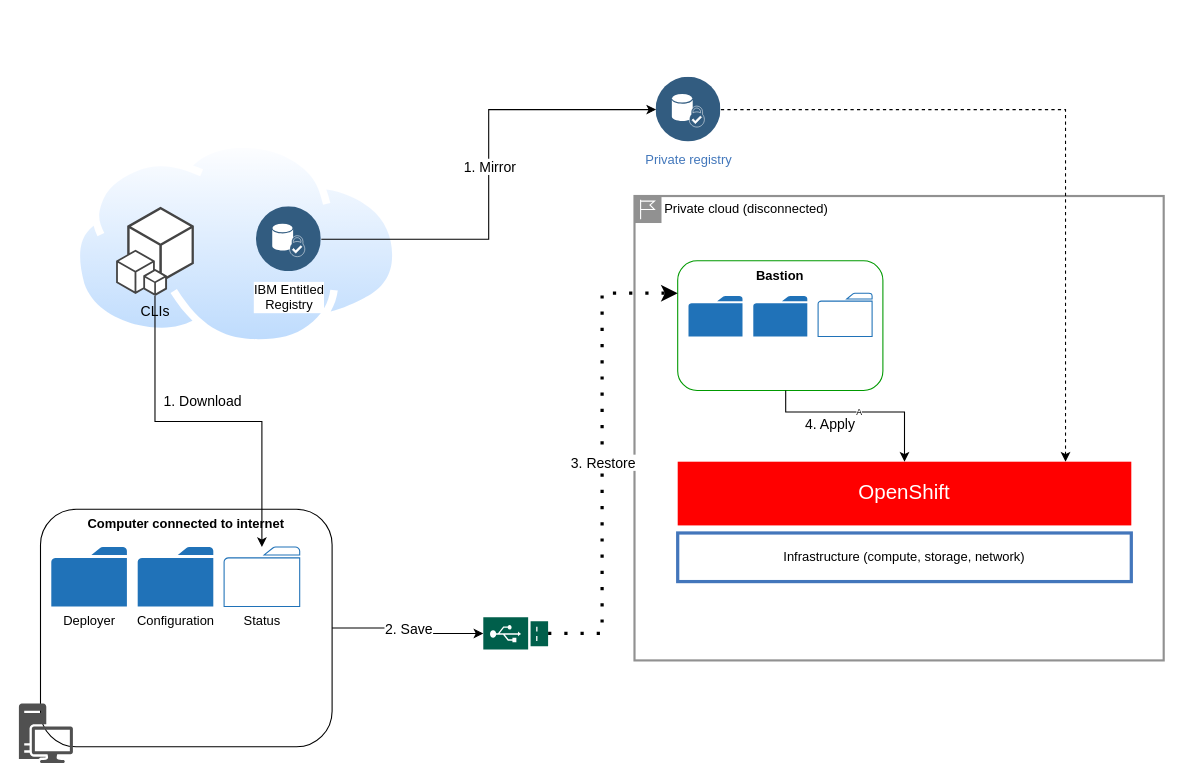
IBM/cloud-pak-deployer keeps this draw.io diagram as page "semi-air-gapped" (2 of 3) of doc/src/pages/advanced/air-gapped-installation/air-gapped-overview.drawio. Above is the earlier version. Source tidied: cells renumbered, new cells numbered last; positions are measured from the earlier drawing's top-left corner, leaving out a move shared by most shapes. Both pictures are drawn from the tidied source at 108%, with x=0, y=0 at pixel (18, 77).
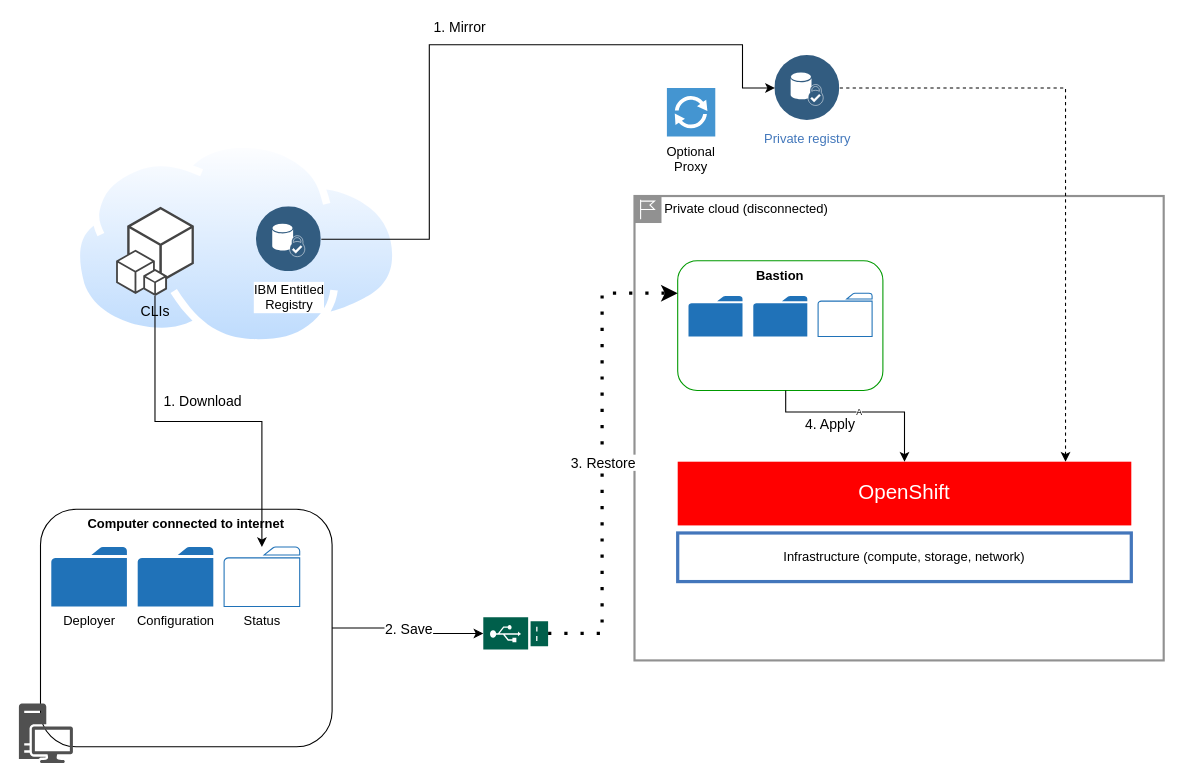
After the change.

The change refers to these unchanged cells:
```xml
<mxCell id="15" value="IBM Entitled&lt;br&gt;Registry" style="perimeter=ellipsePerimeter;align=center;shadow=0;dashed=0;fontColor=default;labelBackgroundColor=none;fontSize=12;spacingTop=3;image;image=img/lib/ibm/data/device_identity_service.svg;rounded=1;strokeColor=#FF0000;fillColor=#99CCFF;html=1;" parent="12" vertex="1">
  <mxGeometry x="220" y="120" width="60" height="60" as="geometry" />
</mxCell>
```

Diff of the diagram source:
```diff
@@
+    <mxCell id="35" value="Optional&lt;br&gt;Proxy" style="shadow=0;dashed=0;html=1;strokeColor=none;fillColor=#4495D1;labelPosition=center;verticalLabelPosition=bottom;verticalAlign=top;align=center;shape=mxgraph.veeam.2d.proxy;" parent="1" vertex="1">
+      <mxGeometry x="600" y="10" width="44.8" height="44.8" as="geometry" />
+    </mxCell>
@@
     <mxCell id="13" value="Private registry" style="perimeter=ellipsePerimeter;html=1;align=center;shadow=0;dashed=0;fontColor=#4277BB;labelBackgroundColor=#ffffff;fontSize=12;spacingTop=3;image;image=img/lib/ibm/data/device_identity_service.svg;rounded=1;strokeColor=#FF0000;fillColor=#99CCFF;" parent="12" vertex="1">
-      <mxGeometry x="590" width="60" height="60" as="geometry" />
+      <mxGeometry x="700" y="-20" width="60" height="60" as="geometry" />
     </mxCell>
@@
     <mxCell id="27" style="edgeStyle=orthogonalEdgeStyle;rounded=0;jettySize=auto;html=1;fontSize=8;entryX=0;entryY=0.5;entryDx=0;entryDy=0;exitX=1;exitY=0.5;exitDx=0;exitDy=0;" parent="16" edge="1" source="15" target="13">
-      <mxGeometry relative="1" as="geometry" />
+      <mxGeometry relative="1" as="geometry">
+        <Array as="points">
+          <mxPoint x="380" y="150" />
+          <mxPoint x="380" y="-30" />
+          <mxPoint x="670" y="-30" />
+          <mxPoint x="670" y="10" />
+        </Array>
+      </mxGeometry>
     </mxCell>
```
